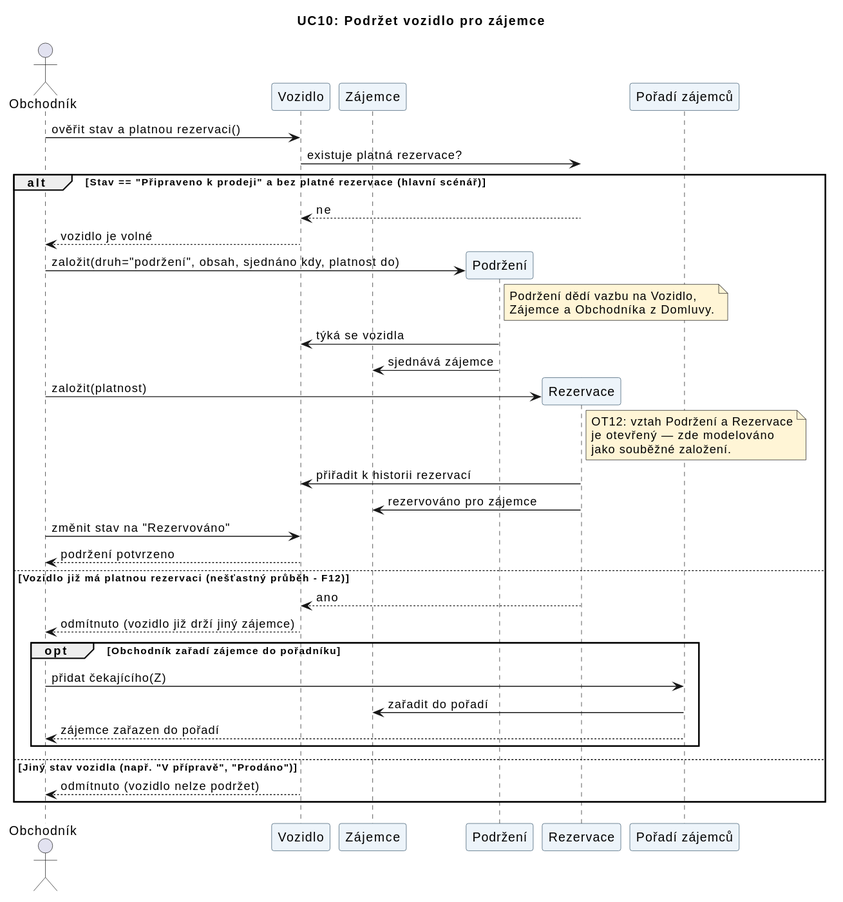
Before: diagrams/seq-uc10-podrzet-vozidlo.svg, a diagram exported from PlantUML (Svoby25/is_autobazar). Its diagram source:
```plantuml
@startuml
title UC10: Podržet vozidlo pro zájemce
skinparam defaultFontName Arial
skinparam shadowing false
skinparam sequenceParticipantBackgroundColor #EDF4FA
skinparam sequenceParticipantBorderColor #35536B
skinparam NoteBackgroundColor #FFF5D6

actor "Obchodník" as O
participant "Vozidlo" as V
participant "Zájemce" as Z
participant "Podržení" as P
participant "Rezervace" as R
participant "Pořadí zájemců" as PO

O -> V : ověřit stav a platnou rezervaci()
V -> R : existuje platná rezervace?

alt Stav == "Připraveno k prodeji" a bez platné rezervace (hlavní scénář)
  R --> V : ne
  V --> O : vozidlo je volné

  O -> P ** : založit(druh="podržení", obsah, sjednáno kdy, platnost do)
  note right of P
    Podržení dědí vazbu na Vozidlo,
    Zájemce a Obchodníka z Domluvy.
  end note
  P -> V : týká se vozidla
  P -> Z : sjednává zájemce

  O -> R ** : založit(platnost)
  note right of R
    OT12: vztah Podržení a Rezervace
    je otevřený — zde modelováno
    jako souběžné založení.
  end note
  R -> V : přiřadit k historii rezervací
  R -> Z : rezervováno pro zájemce

  O -> V : změnit stav na "Rezervováno"
  V --> O : podržení potvrzeno

else Vozidlo již má platnou rezervaci (nešťastný průběh - F12)
  R --> V : ano
  V --> O : odmítnuto (vozidlo již drží jiný zájemce)

  opt Obchodník zařadí zájemce do pořadníku
    O -> PO : přidat čekajícího(Z)
    PO -> Z : zařadit do pořadí
    PO --> O : zájemce zařazen do pořadí
  end

else Jiný stav vozidla (např. "V přípravě", "Prodáno")
  V --> O : odmítnuto (vozidlo nelze podržet)
end
@enduml
```
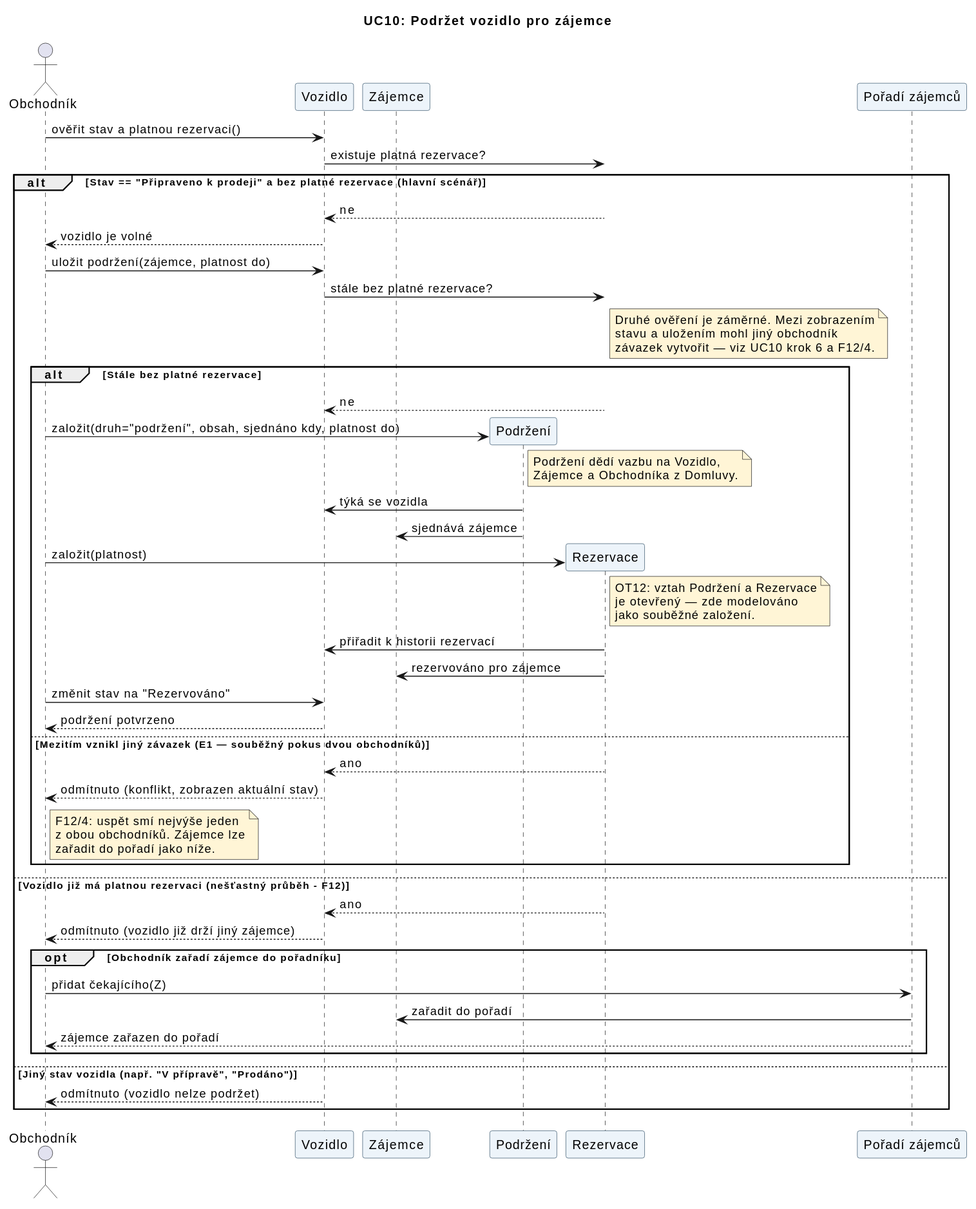
Later version of the same file.

Commit message:
Doplněno druhé ověření rezervace do sekvence UC10 (#21)

The edit, as a diff of the source:
```diff
@@ -20,25 +20,46 @@
   R --> V : ne
   V --> O : vozidlo je volné
 
-  O -> P ** : založit(druh="podržení", obsah, sjednáno kdy, platnost do)
-  note right of P
-    Podržení dědí vazbu na Vozidlo,
-    Zájemce a Obchodníka z Domluvy.
+  O -> V : uložit podržení(zájemce, platnost do)
+  V -> R : stále bez platné rezervace?
+  note right of R
+    Druhé ověření je záměrné. Mezi zobrazením
+    stavu a uložením mohl jiný obchodník
+    závazek vytvořit — viz UC10 krok 6 a F12/4.
   end note
-  P -> V : týká se vozidla
-  P -> Z : sjednává zájemce
 
-  O -> R ** : založit(platnost)
-  note right of R
-    OT12: vztah Podržení a Rezervace
-    je otevřený — zde modelováno
-    jako souběžné založení.
-  end note
-  R -> V : přiřadit k historii rezervací
-  R -> Z : rezervováno pro zájemce
+  alt Stále bez platné rezervace
+    R --> V : ne
 
-  O -> V : změnit stav na "Rezervováno"
-  V --> O : podržení potvrzeno
+    O -> P ** : založit(druh="podržení", obsah, sjednáno kdy, platnost do)
+    note right of P
+      Podržení dědí vazbu na Vozidlo,
+      Zájemce a Obchodníka z Domluvy.
+    end note
+    P -> V : týká se vozidla
+    P -> Z : sjednává zájemce
+
+    O -> R ** : založit(platnost)
+    note right of R
+      OT12: vztah Podržení a Rezervace
+      je otevřený — zde modelováno
+      jako souběžné založení.
+    end note
+    R -> V : přiřadit k historii rezervací
+    R -> Z : rezervováno pro zájemce
+
+    O -> V : změnit stav na "Rezervováno"
+    V --> O : podržení potvrzeno
+
+  else Mezitím vznikl jiný závazek (E1 — souběžný pokus dvou obchodníků)
+    R --> V : ano
+    V --> O : odmítnuto (konflikt, zobrazen aktuální stav)
+    note right of O
+      F12/4: uspět smí nejvýše jeden
+      z obou obchodníků. Zájemce lze
+      zařadit do pořadí jako níže.
+    end note
+  end
 
 else Vozidlo již má platnou rezervaci (nešťastný průběh - F12)
   R --> V : ano
```
